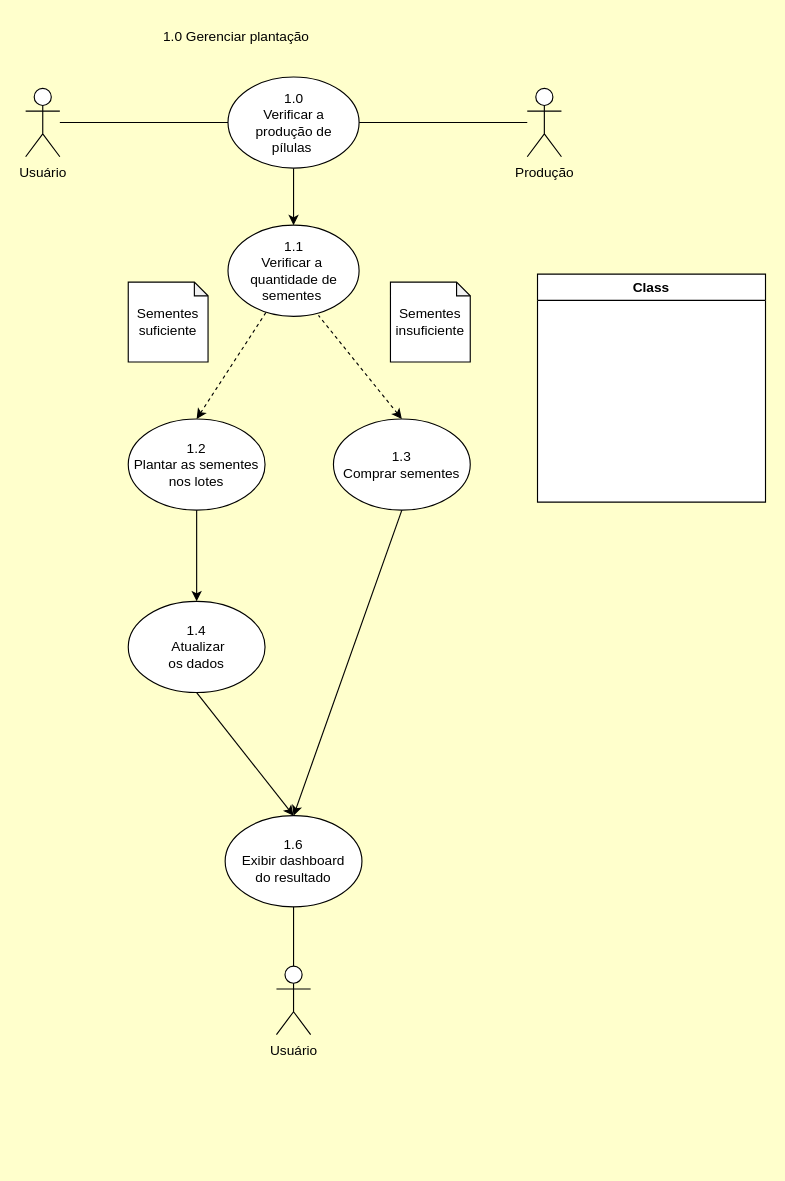
ZardsMK/Trabahlo-DrawIO keeps this draw.io diagram as page "Página-1" (2 of 3) of Tarefa1.drawio. Above is the earlier version. Source tidied: cells renumbered, new cells numbered last; positions are measured from the earlier drawing's top-left corner, leaving out a move shared by most shapes. Both pictures are drawn from the tidied source at 114%, with x=0, y=0 at pixel (25, 19).
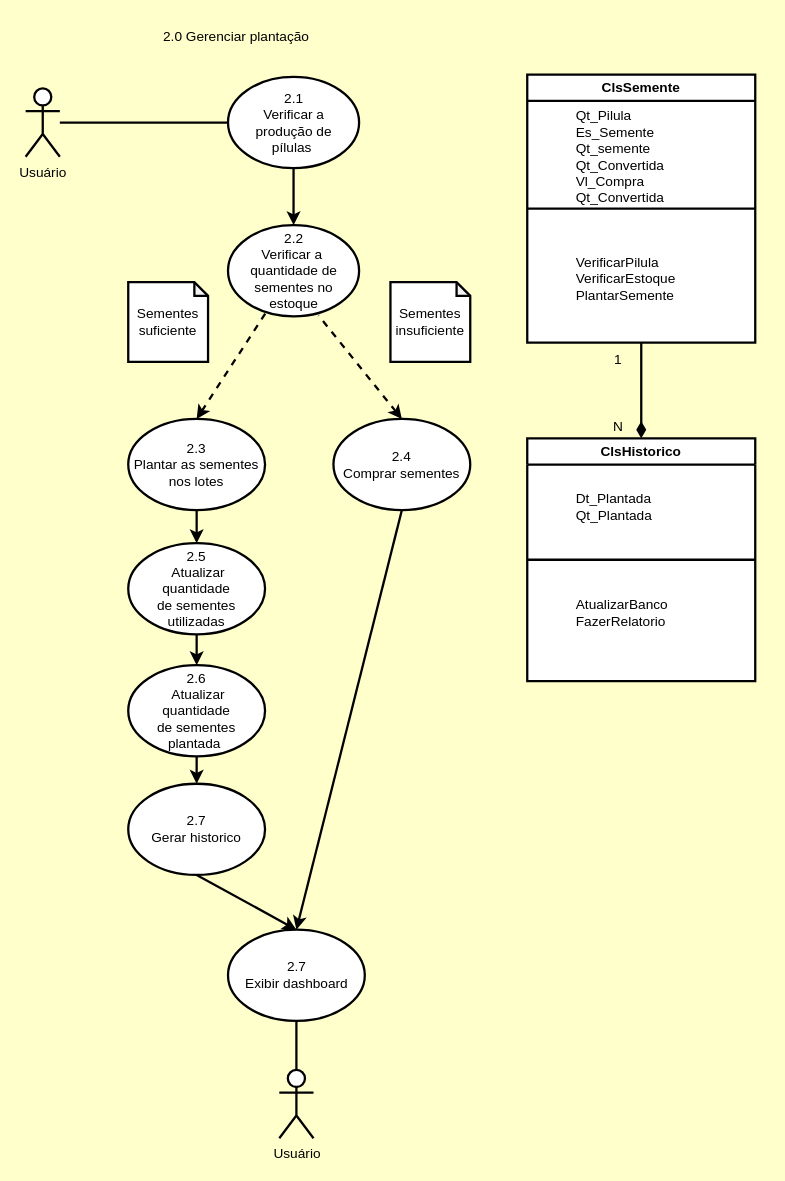
After the change.

What changed in the source:
```diff
@@
-    <mxCell id="2" value="1.0 Gerenciar plantação" style="text;html=1;align=center;verticalAlign=middle;whiteSpace=wrap;rounded=0;" parent="1" vertex="1">
+    <mxCell id="2" value="2.0 Gerenciar plantação" style="text;html=1;align=center;verticalAlign=middle;whiteSpace=wrap;rounded=0;strokeWidth=2;" parent="1" vertex="1">
       <mxGeometry x="90" width="190" height="30" as="geometry" />
     </mxCell>
-    <mxCell id="3" value="Usuário" style="shape=umlActor;verticalLabelPosition=bottom;verticalAlign=top;html=1;outlineConnect=0;" parent="1" vertex="1">
+    <mxCell id="3" value="Usuário" style="shape=umlActor;verticalLabelPosition=bottom;verticalAlign=top;html=1;outlineConnect=0;strokeWidth=2;" parent="1" vertex="1">
       <mxGeometry y="60" width="30" height="60" as="geometry" />
     </mxCell>
-    <mxCell id="4" value="Produção" style="shape=umlActor;verticalLabelPosition=bottom;verticalAlign=top;html=1;" parent="1" vertex="1">
-      <mxGeometry x="440" y="60" width="30" height="60" as="geometry" />
-    </mxCell>
-    <mxCell id="5" style="edgeStyle=orthogonalEdgeStyle;rounded=0;jettySize=auto;html=1;entryX=0.5;entryY=0;entryDx=0;entryDy=0;" parent="1" edge="1" source="6" target="14">
+    <mxCell id="5" style="edgeStyle=orthogonalEdgeStyle;rounded=0;jettySize=auto;html=1;entryX=0.5;entryY=0;entryDx=0;entryDy=0;strokeWidth=2;" parent="1" edge="1" source="6" target="14">
       <mxGeometry relative="1" as="geometry" />
     </mxCell>
-    <mxCell id="6" value="&lt;div&gt;1.0&lt;/div&gt;Verificar a&lt;div&gt;produção de&lt;/div&gt;&lt;div&gt;pílulas&amp;nbsp;&lt;/div&gt;" style="ellipse;whiteSpace=wrap;html=1;" parent="1" vertex="1">
+    <mxCell id="6" value="&lt;div&gt;2.1&lt;/div&gt;Verificar a&lt;div&gt;produção de&lt;/div&gt;&lt;div&gt;pílulas&amp;nbsp;&lt;/div&gt;" style="ellipse;whiteSpace=wrap;html=1;strokeWidth=2;" parent="1" vertex="1">
       <mxGeometry x="177.5" y="50" width="115" height="80" as="geometry" />
     </mxCell>
-    <mxCell id="7" style="endArrow=none;html=1;rounded=0;exitX=1;exitY=0.5;exitDx=0;exitDy=0;" parent="1" edge="1" source="6">
-      <mxGeometry relative="1" as="geometry">
-        <mxPoint x="440" y="90" as="targetPoint" />
-      </mxGeometry>
-    </mxCell>
-    <mxCell id="8" value="&lt;div&gt;1.2&lt;/div&gt;Plantar as&amp;nbsp;&lt;span style=&quot;background-color: transparent; color: light-dark(rgb(0, 0, 0), rgb(255, 255, 255));&quot;&gt;sementes&lt;/span&gt;&lt;div&gt;nos lotes&lt;/div&gt;" style="ellipse;whiteSpace=wrap;html=1;" parent="1" vertex="1">
+    <mxCell id="8" value="&lt;div&gt;2.3&lt;/div&gt;Plantar as&amp;nbsp;&lt;span style=&quot;background-color: transparent; color: light-dark(rgb(0, 0, 0), rgb(255, 255, 255));&quot;&gt;sementes&lt;/span&gt;&lt;div&gt;nos lotes&lt;/div&gt;" style="ellipse;whiteSpace=wrap;html=1;strokeWidth=2;" parent="1" vertex="1">
       <mxGeometry x="90" y="350" width="120" height="80" as="geometry" />
     </mxCell>
-    <mxCell id="9" style="endArrow=none;html=1;rounded=0;entryX=0;entryY=0.5;entryDx=0;entryDy=0;" parent="1" edge="1" source="3" target="6">
+    <mxCell id="9" style="endArrow=none;html=1;rounded=0;entryX=0;entryY=0.5;entryDx=0;entryDy=0;strokeWidth=2;" parent="1" edge="1" source="3" target="6">
       <mxGeometry relative="1" as="geometry" />
     </mxCell>
-    <mxCell id="10" value="Usuário" style="shape=umlActor;verticalLabelPosition=bottom;verticalAlign=top;html=1;outlineConnect=0;" parent="1" vertex="1">
-      <mxGeometry x="220" y="830" width="30" height="60" as="geometry" />
+    <mxCell id="10" value="Usuário" style="shape=umlActor;verticalLabelPosition=bottom;verticalAlign=top;html=1;outlineConnect=0;strokeWidth=2;" parent="1" vertex="1">
+      <mxGeometry x="222.5" y="921" width="30" height="60" as="geometry" />
     </mxCell>
-    <mxCell id="11" value="&lt;div&gt;1.3&lt;/div&gt;Comprar sementes" style="ellipse;whiteSpace=wrap;html=1;" parent="1" vertex="1">
+    <mxCell id="11" value="&lt;div&gt;2.4&lt;/div&gt;Comprar sementes" style="ellipse;whiteSpace=wrap;html=1;strokeWidth=2;" parent="1" vertex="1">
       <mxGeometry x="270" y="350" width="120" height="80" as="geometry" />
     </mxCell>
-    <mxCell id="12" style="endArrow=none;dashed=1;html=1;rounded=0;exitX=0.5;exitY=0;exitDx=0;exitDy=0;entryX=0.293;entryY=0.95;entryDx=0;entryDy=0;entryPerimeter=0;endFill=1;startFill=1;startArrow=classic;" parent="1" edge="1" source="8" target="14">
+    <mxCell id="12" style="endArrow=none;dashed=1;html=1;rounded=0;exitX=0.5;exitY=0;exitDx=0;exitDy=0;entryX=0.293;entryY=0.95;entryDx=0;entryDy=0;entryPerimeter=0;endFill=1;startFill=1;startArrow=classic;strokeWidth=2;" parent="1" edge="1" source="8" target="14">
       <mxGeometry relative="1" as="geometry" />
     </mxCell>
-    <mxCell id="13" style="endArrow=none;dashed=1;html=1;rounded=0;entryX=0.69;entryY=0.99;entryDx=0;entryDy=0;entryPerimeter=0;exitX=0.5;exitY=0;exitDx=0;exitDy=0;startArrow=classic;startFill=1;" parent="1" edge="1" source="11" target="14">
+    <mxCell id="13" style="endArrow=none;dashed=1;html=1;rounded=0;entryX=0.69;entryY=0.99;entryDx=0;entryDy=0;entryPerimeter=0;exitX=0.5;exitY=0;exitDx=0;exitDy=0;startArrow=classic;startFill=1;strokeWidth=2;" parent="1" edge="1" source="11" target="14">
       <mxGeometry relative="1" as="geometry" />
     </mxCell>
-    <mxCell id="14" value="&lt;div&gt;1.1&lt;/div&gt;Verificar a&amp;nbsp;&lt;div&gt;&lt;span style=&quot;background-color: transparent; color: light-dark(rgb(0, 0, 0), rgb(255, 255, 255));&quot;&gt;quantidade de&lt;/span&gt;&lt;/div&gt;&lt;div&gt;&lt;span style=&quot;background-color: transparent; color: light-dark(rgb(0, 0, 0), rgb(255, 255, 255));&quot;&gt;sementes&amp;nbsp;&lt;/span&gt;&lt;/div&gt;" style="ellipse;whiteSpace=wrap;html=1;" parent="1" vertex="1">
+    <mxCell id="14" value="&lt;div&gt;2.2&lt;/div&gt;Verificar a&amp;nbsp;&lt;div&gt;&lt;span style=&quot;background-color: transparent; color: light-dark(rgb(0, 0, 0), rgb(255, 255, 255));&quot;&gt;quantidade de&lt;/span&gt;&lt;/div&gt;&lt;div&gt;&lt;span style=&quot;background-color: transparent; color: light-dark(rgb(0, 0, 0), rgb(255, 255, 255));&quot;&gt;sementes no&lt;/span&gt;&lt;/div&gt;&lt;div&gt;&lt;span style=&quot;background-color: transparent; color: light-dark(rgb(0, 0, 0), rgb(255, 255, 255));&quot;&gt;estoque&lt;/span&gt;&lt;/div&gt;" style="ellipse;whiteSpace=wrap;html=1;strokeWidth=2;" parent="1" vertex="1">
       <mxGeometry x="177.5" y="180" width="115" height="80" as="geometry" />
     </mxCell>
-    <mxCell id="15" value="Sementes&lt;div&gt;&lt;div&gt;suficiente&lt;/div&gt;&lt;/div&gt;" style="shape=note;whiteSpace=wrap;html=1;backgroundOutline=1;darkOpacity=0.05;size=12;" parent="1" vertex="1">
+    <mxCell id="15" value="Sementes&lt;div&gt;&lt;div&gt;suficiente&lt;/div&gt;&lt;/div&gt;" style="shape=note;whiteSpace=wrap;html=1;backgroundOutline=1;darkOpacity=0.05;size=12;strokeWidth=2;" parent="1" vertex="1">
       <mxGeometry x="90" y="230" width="70" height="70" as="geometry" />
     </mxCell>
-    <mxCell id="16" value="Sementes&lt;div&gt;&lt;div&gt;&lt;div&gt;insuficiente&lt;/div&gt;&lt;/div&gt;&lt;/div&gt;" style="shape=note;whiteSpace=wrap;html=1;backgroundOutline=1;darkOpacity=0.05;size=12;" parent="1" vertex="1">
+    <mxCell id="16" value="Sementes&lt;div&gt;&lt;div&gt;&lt;div&gt;insuficiente&lt;/div&gt;&lt;/div&gt;&lt;/div&gt;" style="shape=note;whiteSpace=wrap;html=1;backgroundOutline=1;darkOpacity=0.05;size=12;strokeWidth=2;" parent="1" vertex="1">
       <mxGeometry x="320" y="230" width="70" height="70" as="geometry" />
     </mxCell>
-    <mxCell id="17" value="&lt;div&gt;1.6&lt;/div&gt;Exibir&amp;nbsp;dashboard&lt;div&gt;do resultado&lt;/div&gt;" style="ellipse;whiteSpace=wrap;html=1;" parent="1" vertex="1">
-      <mxGeometry x="175" y="698" width="120" height="80" as="geometry" />
+    <mxCell id="17" value="&lt;div&gt;&lt;span style=&quot;background-color: transparent; color: light-dark(rgb(0, 0, 0), rgb(255, 255, 255));&quot;&gt;2.7&lt;/span&gt;&lt;/div&gt;Exibir&amp;nbsp;dashboard" style="ellipse;whiteSpace=wrap;html=1;strokeWidth=2;" parent="1" vertex="1">
+      <mxGeometry x="177.5" y="798" width="120" height="80" as="geometry" />
     </mxCell>
-    <mxCell id="18" style="endArrow=none;html=1;rounded=0;entryX=0.5;entryY=1;entryDx=0;entryDy=0;exitX=0.5;exitY=0;exitDx=0;exitDy=0;startArrow=classic;startFill=1;" parent="1" edge="1" source="21" target="8">
+    <mxCell id="18" style="endArrow=none;html=1;rounded=0;entryX=0.5;entryY=1;entryDx=0;entryDy=0;exitX=0.5;exitY=0;exitDx=0;exitDy=0;startArrow=classic;startFill=1;strokeWidth=2;" parent="1" edge="1" source="21" target="8">
       <mxGeometry relative="1" as="geometry" />
     </mxCell>
-    <mxCell id="19" style="endArrow=none;html=1;rounded=0;entryX=0.5;entryY=1;entryDx=0;entryDy=0;exitX=0.5;exitY=0;exitDx=0;exitDy=0;startArrow=classic;startFill=1;" parent="1" edge="1" source="17" target="11">
+    <mxCell id="19" style="endArrow=none;html=1;rounded=0;exitX=0.5;exitY=0;exitDx=0;exitDy=0;startArrow=classic;startFill=1;entryX=0.5;entryY=1;entryDx=0;entryDy=0;strokeWidth=2;" parent="1" edge="1" source="17" target="11">
       <mxGeometry relative="1" as="geometry" />
     </mxCell>
-    <mxCell id="20" style="endArrow=none;html=1;rounded=0;entryX=0.5;entryY=1;entryDx=0;entryDy=0;exitX=0.5;exitY=0;exitDx=0;exitDy=0;exitPerimeter=0;" parent="1" edge="1" source="10" target="17">
+    <mxCell id="20" style="endArrow=none;html=1;rounded=0;entryX=0.5;entryY=1;entryDx=0;entryDy=0;exitX=0.5;exitY=0;exitDx=0;exitDy=0;exitPerimeter=0;strokeWidth=2;" parent="1" edge="1" source="10" target="17">
       <mxGeometry relative="1" as="geometry" />
     </mxCell>
-    <mxCell id="21" value="&lt;div&gt;1.4&lt;/div&gt;&lt;div&gt;&amp;nbsp;A&lt;span style=&quot;background-color: transparent; color: light-dark(rgb(0, 0, 0), rgb(255, 255, 255));&quot;&gt;tualizar&lt;/span&gt;&lt;/div&gt;&lt;div&gt;&lt;span style=&quot;background-color: transparent; color: light-dark(rgb(0, 0, 0), rgb(255, 255, 255));&quot;&gt;os dados&lt;/span&gt;&lt;/div&gt;" style="ellipse;whiteSpace=wrap;html=1;" parent="1" vertex="1">
-      <mxGeometry x="90" y="510" width="120" height="80" as="geometry" />
+    <mxCell id="21" value="&lt;div&gt;2.5&lt;/div&gt;&lt;div&gt;&amp;nbsp;A&lt;span style=&quot;background-color: transparent; color: light-dark(rgb(0, 0, 0), rgb(255, 255, 255));&quot;&gt;tualizar&lt;/span&gt;&lt;/div&gt;&lt;div&gt;quantidade&lt;/div&gt;&lt;div&gt;de sementes&lt;/div&gt;&lt;div&gt;utilizadas&lt;/div&gt;" style="ellipse;whiteSpace=wrap;html=1;strokeWidth=2;" parent="1" vertex="1">
+      <mxGeometry x="90" y="459" width="120" height="80" as="geometry" />
     </mxCell>
-    <mxCell id="22" style="endArrow=none;html=1;rounded=0;entryX=0.5;entryY=1;entryDx=0;entryDy=0;exitX=0.5;exitY=0;exitDx=0;exitDy=0;startArrow=classic;startFill=1;" parent="1" edge="1" source="17" target="21">
+    <mxCell id="22" style="endArrow=none;html=1;rounded=0;entryX=0.5;entryY=1;entryDx=0;entryDy=0;exitX=0.5;exitY=0;exitDx=0;exitDy=0;startArrow=classic;startFill=1;strokeWidth=2;" parent="1" edge="1" source="28" target="21">
       <mxGeometry relative="1" as="geometry" />
     </mxCell>
+    <mxCell id="24" style="edgeStyle=orthogonalEdgeStyle;rounded=0;jettySize=auto;html=1;exitX=0.5;exitY=1;exitDx=0;exitDy=0;entryX=0.5;entryY=0;entryDx=0;entryDy=0;curved=1;endArrow=diamondThin;endFill=1;strokeWidth=2;endSize=9;" parent="1" edge="1" source="23" target="32">
+      <mxGeometry relative="1" as="geometry" />
+    </mxCell>
-    <mxCell id="23" value="Class" style="swimlane;whiteSpace=wrap;html=1;fillColor=default;swimlaneFillColor=default;" parent="1" vertex="1">
-      <mxGeometry x="449" y="223" width="200" height="200" as="geometry" />
+    <mxCell id="23" value="ClsSemente" style="swimlane;whiteSpace=wrap;html=1;fillColor=default;swimlaneFillColor=default;strokeWidth=2;" parent="1" vertex="1">
+      <mxGeometry x="440" y="48" width="200" height="235" as="geometry" />
     </mxCell>
+    <mxCell id="25" value="Qt_Pilula&lt;div&gt;Es_Semente&lt;/div&gt;&lt;div&gt;Qt_semente&lt;/div&gt;&lt;div&gt;Qt_Convertida&lt;/div&gt;&lt;div&gt;Vl_Compra&lt;/div&gt;&lt;div&gt;Qt_Convertida&lt;/div&gt;" style="text;html=1;align=left;verticalAlign=middle;whiteSpace=wrap;rounded=0;strokeWidth=2;" parent="23" vertex="1">
+      <mxGeometry x="41" y="38" width="103" height="67" as="geometry" />
+    </mxCell>
+    <mxCell id="26" value="VerificarPilula&lt;div&gt;VerificarEstoque&lt;/div&gt;&lt;div&gt;PlantarSemente&lt;/div&gt;&lt;div&gt;&lt;br&gt;&lt;/div&gt;" style="text;html=1;align=left;verticalAlign=middle;whiteSpace=wrap;rounded=0;strokeWidth=2;" parent="23" vertex="1">
+      <mxGeometry x="41" y="171" width="60" height="30" as="geometry" />
+    </mxCell>
+    <mxCell id="27" style="edgeStyle=orthogonalEdgeStyle;rounded=0;jettySize=auto;html=1;exitX=0.5;exitY=1;exitDx=0;exitDy=0;strokeWidth=2;" parent="1" edge="1" source="28" target="38">
+      <mxGeometry relative="1" as="geometry" />
+    </mxCell>
+    <mxCell id="28" value="&lt;div&gt;2.6&lt;/div&gt;&lt;div&gt;&amp;nbsp;A&lt;span style=&quot;background-color: transparent; color: light-dark(rgb(0, 0, 0), rgb(255, 255, 255));&quot;&gt;tualizar&lt;/span&gt;&lt;/div&gt;&lt;div&gt;quantidade&lt;/div&gt;&lt;div&gt;de sementes&lt;/div&gt;&lt;div&gt;plantada&amp;nbsp;&lt;/div&gt;" style="ellipse;whiteSpace=wrap;html=1;strokeWidth=2;" parent="1" vertex="1">
+      <mxGeometry x="90" y="566" width="120" height="80" as="geometry" />
+    </mxCell>
+    <mxCell id="29" style="edgeStyle=orthogonalEdgeStyle;rounded=0;orthogonalLoop=1;jettySize=auto;html=1;exitX=0.5;exitY=1;exitDx=0;exitDy=0;strokeWidth=2;" parent="1" edge="1">
+      <mxGeometry relative="1" as="geometry">
+        <mxPoint x="150" y="819" as="sourcePoint" />
+        <mxPoint x="150" y="819" as="targetPoint" />
+      </mxGeometry>
+    </mxCell>
+    <mxCell id="30" style="endArrow=classic;html=1;rounded=0;exitX=0.5;exitY=1;exitDx=0;exitDy=0;entryX=0.5;entryY=0;entryDx=0;entryDy=0;strokeWidth=2;" parent="1" edge="1" source="38" target="17">
+      <mxGeometry relative="1" as="geometry" />
+    </mxCell>
+    <mxCell id="31" style="endArrow=none;html=1;rounded=0;exitX=0;exitY=0.5;exitDx=0;exitDy=0;entryX=1;entryY=0.5;entryDx=0;entryDy=0;strokeWidth=2;" parent="1" edge="1" source="23" target="23">
+      <mxGeometry relative="1" as="geometry" />
+    </mxCell>
+    <mxCell id="32" value="ClsHistorico" style="swimlane;whiteSpace=wrap;html=1;fillColor=default;swimlaneFillColor=default;strokeWidth=2;" parent="1" vertex="1">
+      <mxGeometry x="440" y="367" width="200" height="213" as="geometry" />
+    </mxCell>
+    <mxCell id="33" value="&lt;div&gt;Dt_Plantada&lt;/div&gt;&lt;div&gt;Qt_Plantada&lt;/div&gt;" style="text;html=1;align=left;verticalAlign=middle;whiteSpace=wrap;rounded=0;strokeWidth=2;" parent="32" vertex="1">
+      <mxGeometry x="41" y="45" width="60" height="30" as="geometry" />
+    </mxCell>
+    <mxCell id="34" value="AtualizarBanco&lt;div&gt;FazerRelatorio&lt;/div&gt;" style="text;html=1;align=left;verticalAlign=middle;whiteSpace=wrap;rounded=0;strokeWidth=2;" parent="32" vertex="1">
+      <mxGeometry x="41" y="138" width="60" height="30" as="geometry" />
+    </mxCell>
+    <mxCell id="35" style="endArrow=none;html=1;rounded=0;entryX=1;entryY=0.5;entryDx=0;entryDy=0;exitX=0;exitY=0.5;exitDx=0;exitDy=0;strokeWidth=2;" parent="1" edge="1" source="32" target="32">
+      <mxGeometry relative="1" as="geometry" />
+    </mxCell>
+    <mxCell id="36" value="N" style="text;html=1;align=center;verticalAlign=middle;whiteSpace=wrap;rounded=0;" parent="1" vertex="1">
+      <mxGeometry x="490" y="342" width="60" height="30" as="geometry" />
+    </mxCell>
+    <mxCell id="37" value="1" style="text;html=1;align=center;verticalAlign=middle;whiteSpace=wrap;rounded=0;" parent="1" vertex="1">
+      <mxGeometry x="490" y="283" width="60" height="30" as="geometry" />
+    </mxCell>
+    <mxCell id="38" value="2.7&lt;div&gt;Gerar historico&lt;/div&gt;" style="ellipse;whiteSpace=wrap;html=1;strokeWidth=2;" parent="1" vertex="1">
+      <mxGeometry x="90" y="670" width="120" height="80" as="geometry" />
+    </mxCell>
```
